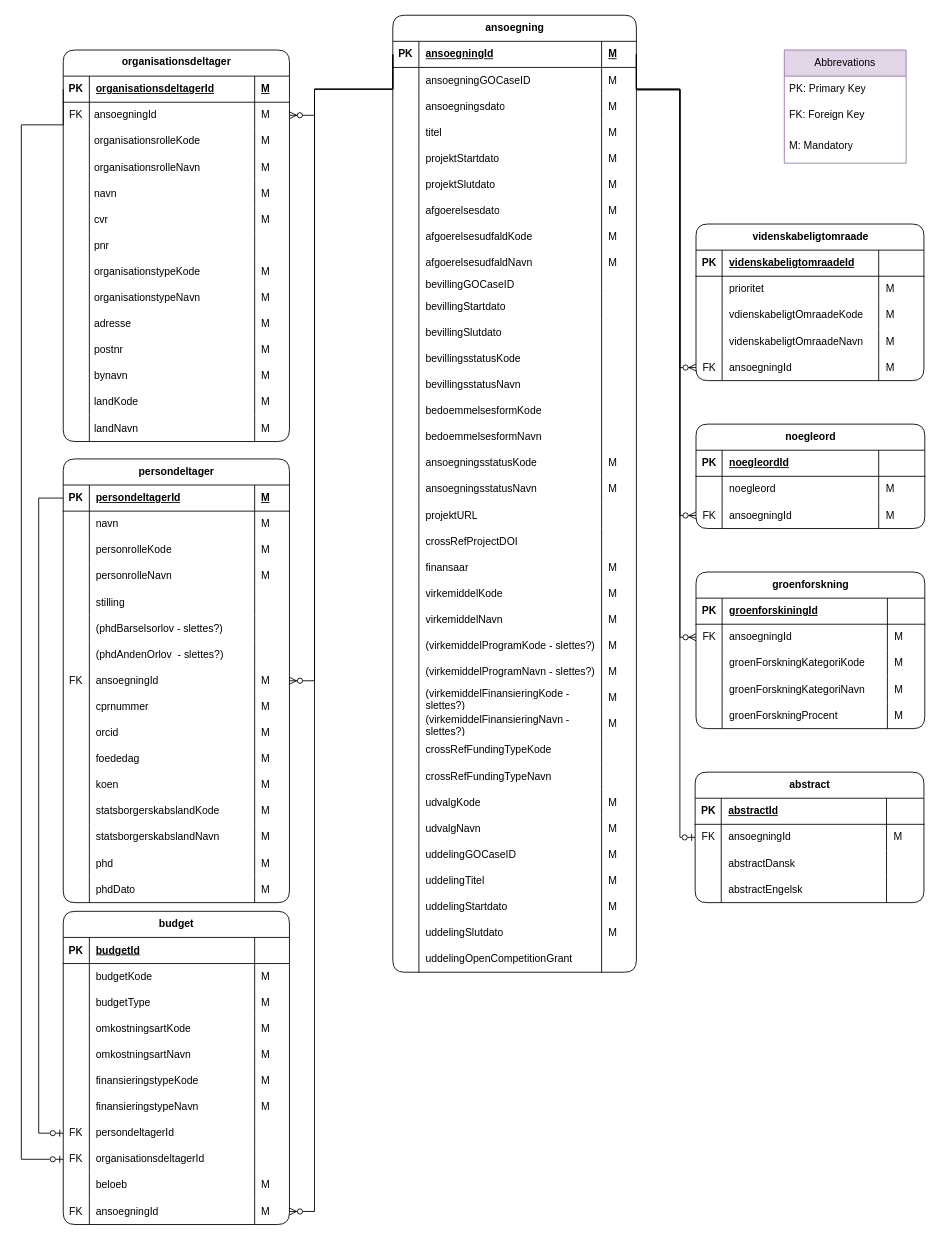
The draw.io diagram page "NY Raw" (4 of 5) of Grants model.drawio in thomas-lange-dk/Grants, before the edit. Source tidied: cells renumbered, new cells numbered last; positions are measured from the earlier drawing's top-left corner, leaving out a move shared by most shapes. Both pictures are drawn from the tidied source at 87%, with x=0, y=0 at pixel (21, 15).
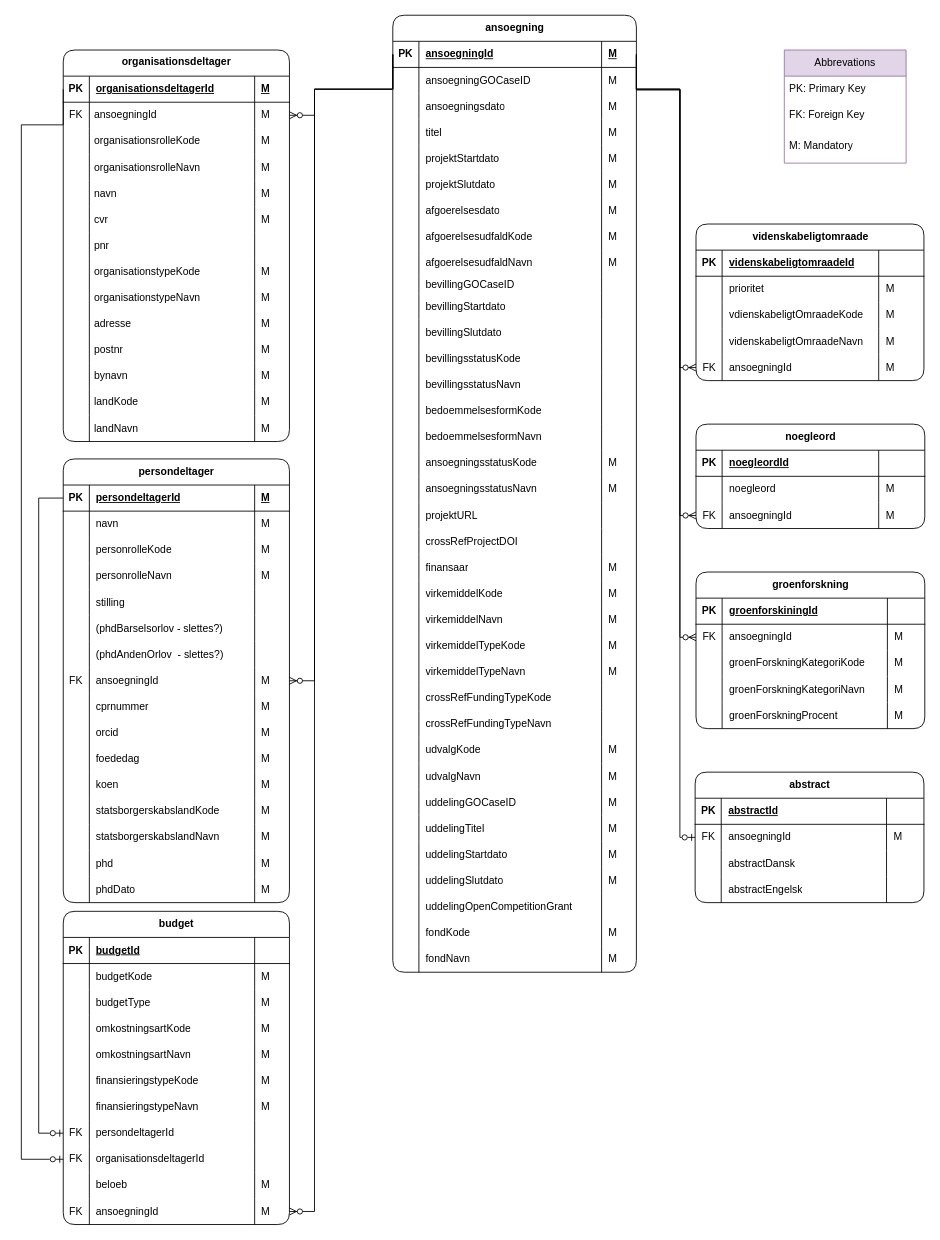
The same diagram, later.

The change refers to these unchanged cells:
```xml
<mxCell id="98" value="ansoegning" style="shape=table;startSize=30;childLayout=tableLayout;rowLines=0;fontStyle=1;align=center;html=1;swimlaneLine=1;shadow=0;rounded=1;swimlaneFillColor=none;" parent="1" vertex="1">
  <mxGeometry x="427" width="280" height="1100" as="geometry" />
</mxCell>
<mxCell id="191" style="shape=tableRow;horizontal=0;startSize=0;swimlaneHead=0;swimlaneBody=0;fillColor=none;top=0;left=0;right=0;bottom=0;shadow=0;" parent="98" vertex="1">
  <mxGeometry y="710" width="280" height="30" as="geometry" />
</mxCell>
<mxCell id="195" style="shape=tableRow;horizontal=0;startSize=0;swimlaneHead=0;swimlaneBody=0;fillColor=none;top=0;left=0;right=0;bottom=0;shadow=0;" parent="98" vertex="1">
  <mxGeometry y="740" width="280" height="30" as="geometry" />
</mxCell>
```

Diff of the diagram source:
```diff
@@
-    <mxCell id="193" value="(virkemiddelProgramKode - slettes?)" style="shape=partialRectangle;fillColor=none;top=0;left=0;bottom=0;right=0;align=left;spacingLeft=6;overflow=hidden;whiteSpace=wrap;html=1;shadow=0;" parent="191" vertex="1">
+    <mxCell id="193" value="virkemiddelTypeKode" style="shape=partialRectangle;fillColor=none;top=0;left=0;bottom=0;right=0;align=left;spacingLeft=6;overflow=hidden;whiteSpace=wrap;html=1;shadow=0;" parent="191" vertex="1">
       <mxGeometry x="30" width="210" height="30" as="geometry" />
     </mxCell>
@@
-    <mxCell id="197" value="(virkemiddelProgramNavn&amp;nbsp;- slettes?)" style="shape=partialRectangle;fillColor=none;top=0;left=0;bottom=0;right=0;align=left;spacingLeft=6;overflow=hidden;whiteSpace=wrap;html=1;shadow=0;" parent="195" vertex="1">
+    <mxCell id="197" value="virkemiddelTypeNavn" style="shape=partialRectangle;fillColor=none;top=0;left=0;bottom=0;right=0;align=left;spacingLeft=6;overflow=hidden;whiteSpace=wrap;html=1;shadow=0;" parent="195" vertex="1">
       <mxGeometry x="30" width="210" height="30" as="geometry" />
     </mxCell>
@@
-    <mxCell id="199" style="shape=tableRow;horizontal=0;startSize=0;swimlaneHead=0;swimlaneBody=0;fillColor=none;top=0;left=0;right=0;bottom=0;shadow=0;" parent="98" vertex="1">
-      <mxGeometry y="770" width="280" height="30" as="geometry" />
-    </mxCell>
-    <mxCell id="200" style="shape=partialRectangle;fillColor=none;top=0;left=0;bottom=0;right=0;overflow=hidden;whiteSpace=wrap;html=1;shadow=0;" parent="199" vertex="1">
-      <mxGeometry width="30" height="30" as="geometry" />
-    </mxCell>
-    <mxCell id="201" value="(virkemiddelFinansieringKode&amp;nbsp;- slettes?)" style="shape=partialRectangle;fillColor=none;top=0;left=0;bottom=0;right=0;align=left;spacingLeft=6;overflow=hidden;whiteSpace=wrap;html=1;shadow=0;" parent="199" vertex="1">
-      <mxGeometry x="30" width="210" height="30" as="geometry" />
-    </mxCell>
-    <mxCell id="202" value="M" style="shape=partialRectangle;fillColor=none;top=0;left=0;bottom=0;right=0;align=left;spacingLeft=6;overflow=hidden;whiteSpace=wrap;html=1;shadow=0;" parent="199" vertex="1">
-      <mxGeometry x="240" width="40" height="30" as="geometry" />
-    </mxCell>
-    <mxCell id="203" style="shape=tableRow;horizontal=0;startSize=0;swimlaneHead=0;swimlaneBody=0;fillColor=none;top=0;left=0;right=0;bottom=0;shadow=0;" parent="98" vertex="1">
-      <mxGeometry y="800" width="280" height="30" as="geometry" />
-    </mxCell>
-    <mxCell id="204" style="shape=partialRectangle;fillColor=none;top=0;left=0;bottom=0;right=0;overflow=hidden;whiteSpace=wrap;html=1;shadow=0;" parent="203" vertex="1">
-      <mxGeometry width="30" height="30" as="geometry" />
-    </mxCell>
-    <mxCell id="205" value="(virkemiddelFinansieringNavn&amp;nbsp;- slettes?)" style="shape=partialRectangle;fillColor=none;top=0;left=0;bottom=0;right=0;align=left;spacingLeft=6;overflow=hidden;whiteSpace=wrap;html=1;shadow=0;" parent="203" vertex="1">
-      <mxGeometry x="30" width="210" height="30" as="geometry" />
-    </mxCell>
-    <mxCell id="206" value="M" style="shape=partialRectangle;fillColor=none;top=0;left=0;bottom=0;right=0;align=left;spacingLeft=6;overflow=hidden;whiteSpace=wrap;html=1;shadow=0;" parent="203" vertex="1">
-      <mxGeometry x="240" width="40" height="30" as="geometry" />
-    </mxCell>
     <mxCell id="207" style="shape=tableRow;horizontal=0;startSize=0;swimlaneHead=0;swimlaneBody=0;fillColor=none;top=0;left=0;right=0;bottom=0;shadow=0;" parent="98" vertex="1">
-      <mxGeometry y="830" width="280" height="30" as="geometry" />
+      <mxGeometry y="770" width="280" height="30" as="geometry" />
     </mxCell>
@@
     <mxCell id="211" style="shape=tableRow;horizontal=0;startSize=0;swimlaneHead=0;swimlaneBody=0;fillColor=none;top=0;left=0;right=0;bottom=0;shadow=0;" parent="98" vertex="1">
-      <mxGeometry y="860" width="280" height="30" as="geometry" />
+      <mxGeometry y="800" width="280" height="30" as="geometry" />
     </mxCell>
@@
     <mxCell id="215" style="shape=tableRow;horizontal=0;startSize=0;swimlaneHead=0;swimlaneBody=0;fillColor=none;top=0;left=0;right=0;bottom=0;shadow=0;" parent="98" vertex="1">
-      <mxGeometry y="890" width="280" height="30" as="geometry" />
+      <mxGeometry y="830" width="280" height="30" as="geometry" />
     </mxCell>
@@
     <mxCell id="219" style="shape=tableRow;horizontal=0;startSize=0;swimlaneHead=0;swimlaneBody=0;fillColor=none;top=0;left=0;right=0;bottom=0;shadow=0;" parent="98" vertex="1">
-      <mxGeometry y="920" width="280" height="30" as="geometry" />
+      <mxGeometry y="860" width="280" height="30" as="geometry" />
     </mxCell>
@@
     <mxCell id="223" style="shape=tableRow;horizontal=0;startSize=0;swimlaneHead=0;swimlaneBody=0;fillColor=none;top=0;left=0;right=0;bottom=0;shadow=0;" parent="98" vertex="1">
-      <mxGeometry y="950" width="280" height="30" as="geometry" />
+      <mxGeometry y="890" width="280" height="30" as="geometry" />
     </mxCell>
@@
     <mxCell id="227" style="shape=tableRow;horizontal=0;startSize=0;swimlaneHead=0;swimlaneBody=0;fillColor=none;top=0;left=0;right=0;bottom=0;shadow=0;" parent="98" vertex="1">
-      <mxGeometry y="980" width="280" height="30" as="geometry" />
+      <mxGeometry y="920" width="280" height="30" as="geometry" />
     </mxCell>
@@
     <mxCell id="231" style="shape=tableRow;horizontal=0;startSize=0;swimlaneHead=0;swimlaneBody=0;fillColor=none;top=0;left=0;right=0;bottom=0;shadow=0;" parent="98" vertex="1">
-      <mxGeometry y="1010" width="280" height="30" as="geometry" />
+      <mxGeometry y="950" width="280" height="30" as="geometry" />
     </mxCell>
@@
     <mxCell id="235" style="shape=tableRow;horizontal=0;startSize=0;swimlaneHead=0;swimlaneBody=0;fillColor=none;top=0;left=0;right=0;bottom=0;shadow=0;" parent="98" vertex="1">
-      <mxGeometry y="1040" width="280" height="30" as="geometry" />
+      <mxGeometry y="980" width="280" height="30" as="geometry" />
     </mxCell>
@@
     <mxCell id="239" style="shape=tableRow;horizontal=0;startSize=0;swimlaneHead=0;swimlaneBody=0;fillColor=none;top=0;left=0;right=0;bottom=0;shadow=0;" parent="98" vertex="1">
-      <mxGeometry y="1070" width="280" height="30" as="geometry" />
+      <mxGeometry y="1010" width="280" height="30" as="geometry" />
     </mxCell>
@@
+    <mxCell id="399" style="shape=tableRow;horizontal=0;startSize=0;swimlaneHead=0;swimlaneBody=0;fillColor=none;top=0;left=0;right=0;bottom=0;shadow=0;" parent="98" vertex="1">
+      <mxGeometry y="1040" width="280" height="30" as="geometry" />
+    </mxCell>
+    <mxCell id="400" style="shape=partialRectangle;fillColor=none;top=0;left=0;bottom=0;right=0;overflow=hidden;whiteSpace=wrap;html=1;shadow=0;" parent="399" vertex="1">
+      <mxGeometry width="30" height="30" as="geometry" />
+    </mxCell>
+    <mxCell id="401" value="fondKode" style="shape=partialRectangle;fillColor=none;top=0;left=0;bottom=0;right=0;align=left;spacingLeft=6;overflow=hidden;whiteSpace=wrap;html=1;shadow=0;" parent="399" vertex="1">
+      <mxGeometry x="30" width="210" height="30" as="geometry" />
+    </mxCell>
+    <mxCell id="402" value="M" style="shape=partialRectangle;fillColor=none;top=0;left=0;bottom=0;right=0;align=left;spacingLeft=6;overflow=hidden;whiteSpace=wrap;html=1;shadow=0;" parent="399" vertex="1">
+      <mxGeometry x="240" width="40" height="30" as="geometry" />
+    </mxCell>
+    <mxCell id="403" style="shape=tableRow;horizontal=0;startSize=0;swimlaneHead=0;swimlaneBody=0;fillColor=none;top=0;left=0;right=0;bottom=0;shadow=0;" parent="98" vertex="1">
+      <mxGeometry y="1070" width="280" height="30" as="geometry" />
+    </mxCell>
+    <mxCell id="404" style="shape=partialRectangle;fillColor=none;top=0;left=0;bottom=0;right=0;overflow=hidden;whiteSpace=wrap;html=1;shadow=0;" parent="403" vertex="1">
+      <mxGeometry width="30" height="30" as="geometry" />
+    </mxCell>
+    <mxCell id="405" value="fondNavn" style="shape=partialRectangle;fillColor=none;top=0;left=0;bottom=0;right=0;align=left;spacingLeft=6;overflow=hidden;whiteSpace=wrap;html=1;shadow=0;" parent="403" vertex="1">
+      <mxGeometry x="30" width="210" height="30" as="geometry" />
+    </mxCell>
+    <mxCell id="406" value="M" style="shape=partialRectangle;fillColor=none;top=0;left=0;bottom=0;right=0;align=left;spacingLeft=6;overflow=hidden;whiteSpace=wrap;html=1;shadow=0;" parent="403" vertex="1">
+      <mxGeometry x="240" width="40" height="30" as="geometry" />
+    </mxCell>
```
